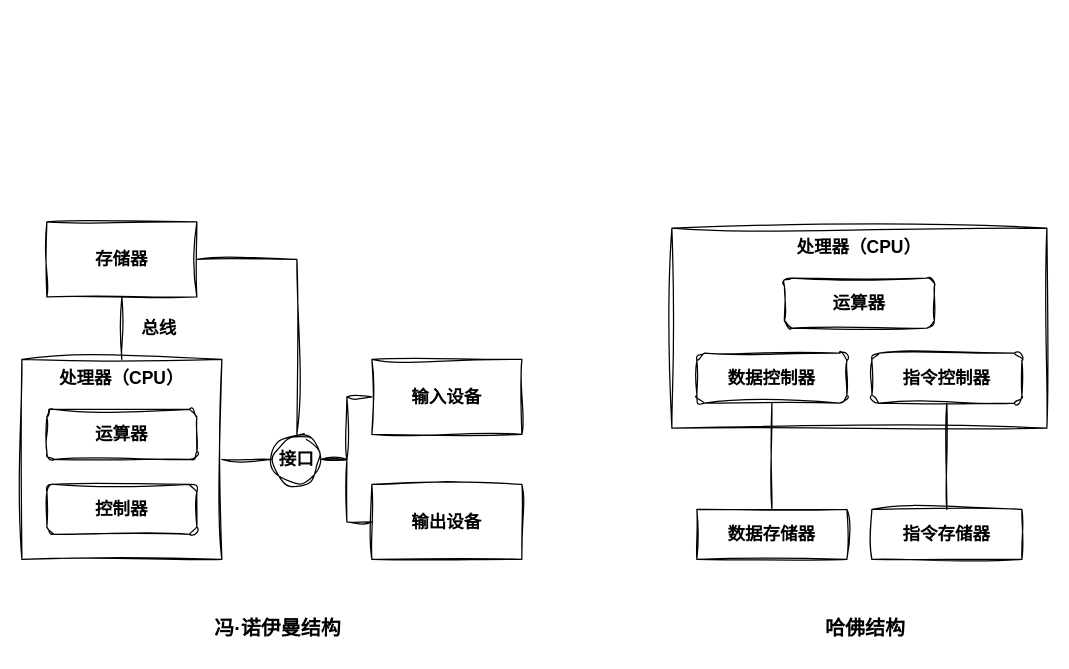
Before: page "202504301557" (2 of 5) of archive/202503141905.drawio in deathknight0718/foliage-note, a draw.io diagram. Source tidied: cells renumbered, new cells numbered last; positions are measured from the earlier drawing's top-left corner, leaving out a move shared by most shapes. Both pictures are drawn from the tidied source at 125%, with x=0, y=0 at pixel (21, 221).
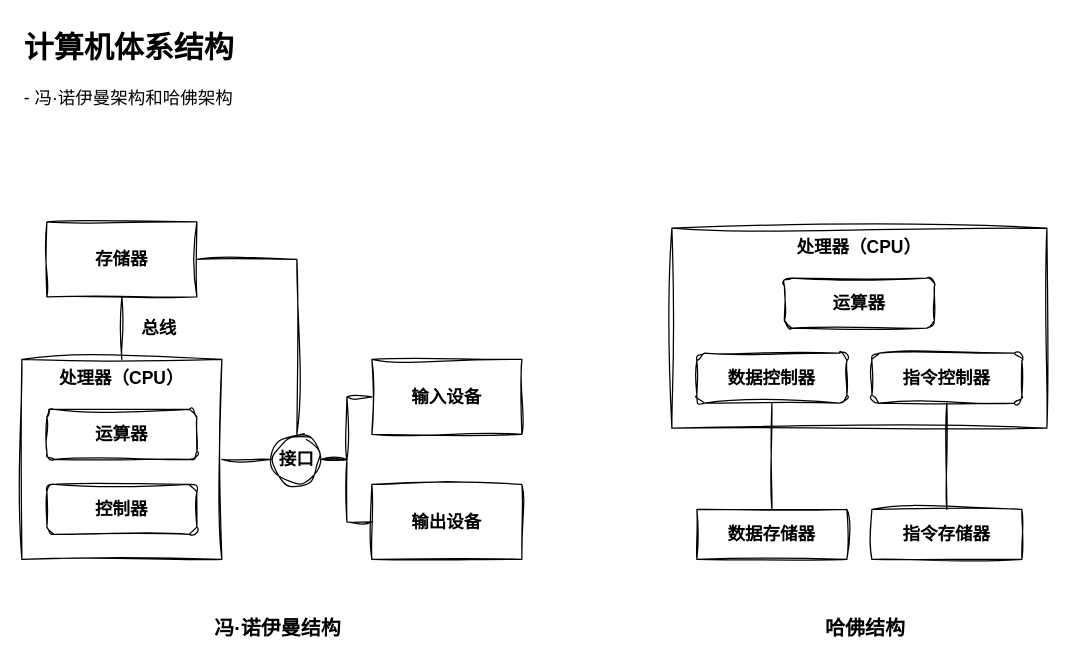
The same diagram, later.

Diff of the diagram source:
```diff
@@
+    <mxCell id="25" value="&lt;h1 style=&quot;margin-top: 0px;&quot;&gt;&lt;font face=&quot;Yozai&quot;&gt;计算机体系结构&lt;/font&gt;&lt;/h1&gt;&lt;p&gt;&lt;font face=&quot;Yozai&quot;&gt;&lt;span style=&quot;font-size: 14px;&quot;&gt;- 冯·诺伊曼架构和哈佛架构&lt;/span&gt;&lt;/font&gt;&lt;/p&gt;" style="text;html=1;whiteSpace=wrap;overflow=hidden;rounded=0;fontFamily=Architects Daughter;" parent="1" vertex="1">
+      <mxGeometry y="-160" width="820" height="120" as="geometry" />
+    </mxCell>
```
